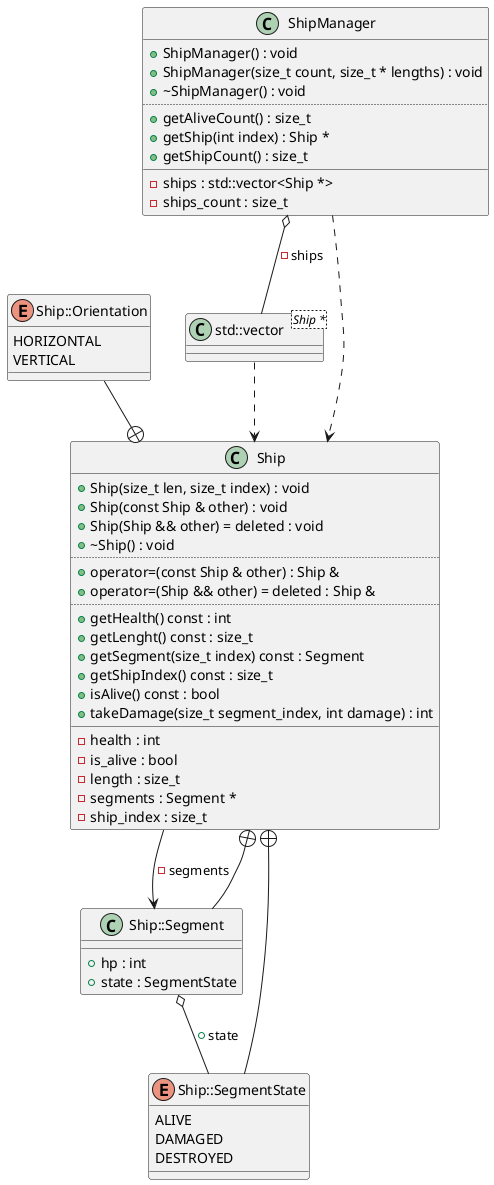
Above: diagrams/ShipManager.png in Rennelv/ships (PlantUML), before the change.
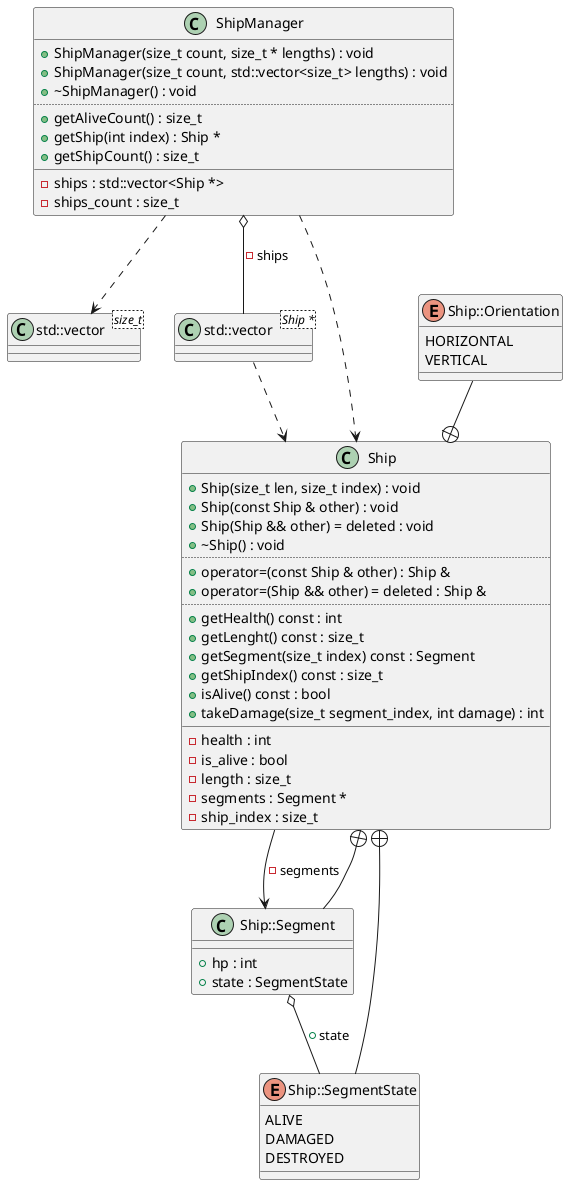
After the commit.

The edit, as a diff of the source:
```diff
@@ -1,4 +1,8 @@
 @startuml
+class "std::vector<size_t>" as C_0009048762651940375792
+class C_0009048762651940375792 {
+__
+}
 class "std::vector<Ship *>" as C_0007462257846685508834
 class C_0007462257846685508834 {
 __
@@ -45,8 +49,8 @@
 }
 class "ShipManager" as C_0017499122254539489506
 class C_0017499122254539489506 {
-+ShipManager() : void
 +ShipManager(size_t count, size_t * lengths) : void
++ShipManager(size_t count, std::vector<size_t> lengths) : void
 +~ShipManager() : void
 ..
 +getAliveCount() : size_t
@@ -62,6 +66,7 @@
 C_0000674658759292391449 --+ C_0014529657433315016423
 C_0000674658759292391449 o-- C_0016593760204207859148 : +state
 C_0015200704647938469073 --+ C_0014529657433315016423
+C_0017499122254539489506 ..> C_0009048762651940375792
 C_0017499122254539489506 ..> C_0014529657433315016423
 C_0017499122254539489506 o-- C_0007462257846685508834 : -ships
 
```
